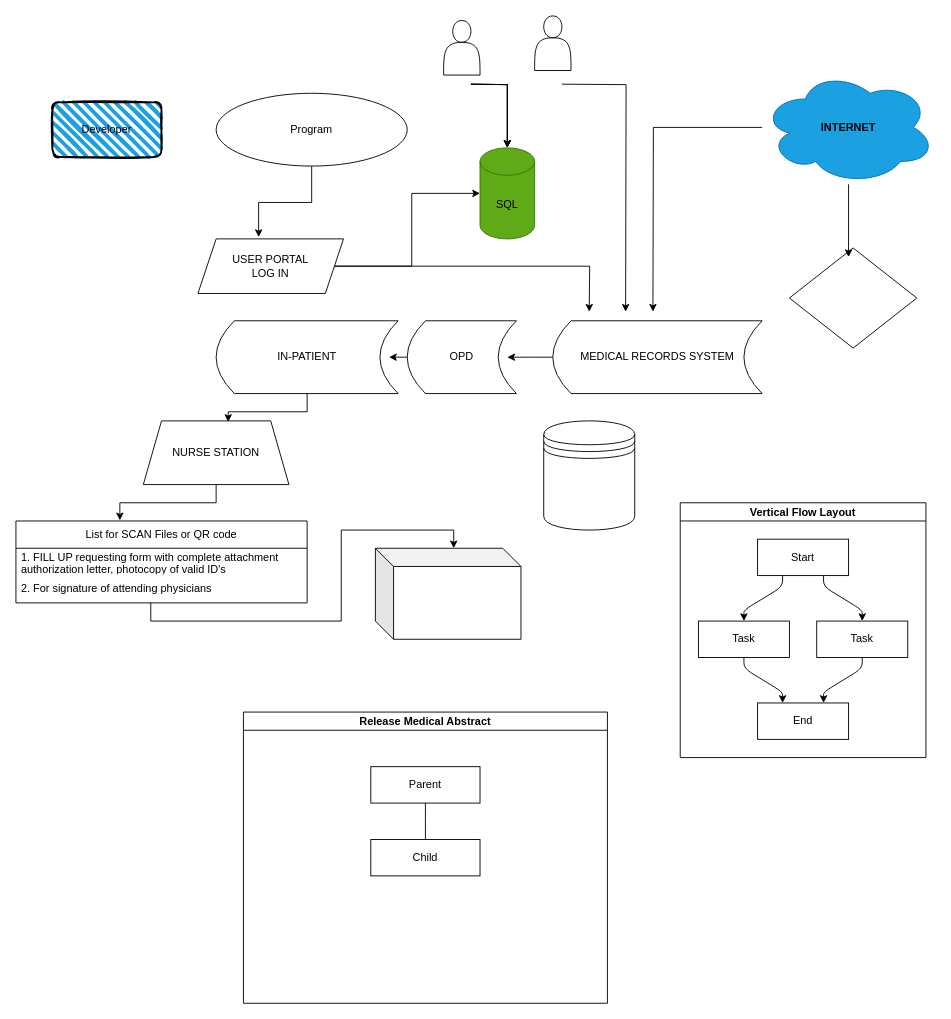
The draw.io diagram medical records Diagram.drawio in ninpax09/diagrammedicalrecords, before the edit. Source tidied: cells renumbered, new cells numbered last; positions are measured from the earlier drawing's top-left corner, leaving out a move shared by most shapes. Both pictures are drawn from the tidied source at 91%, with x=0, y=0 at pixel (15, 15).
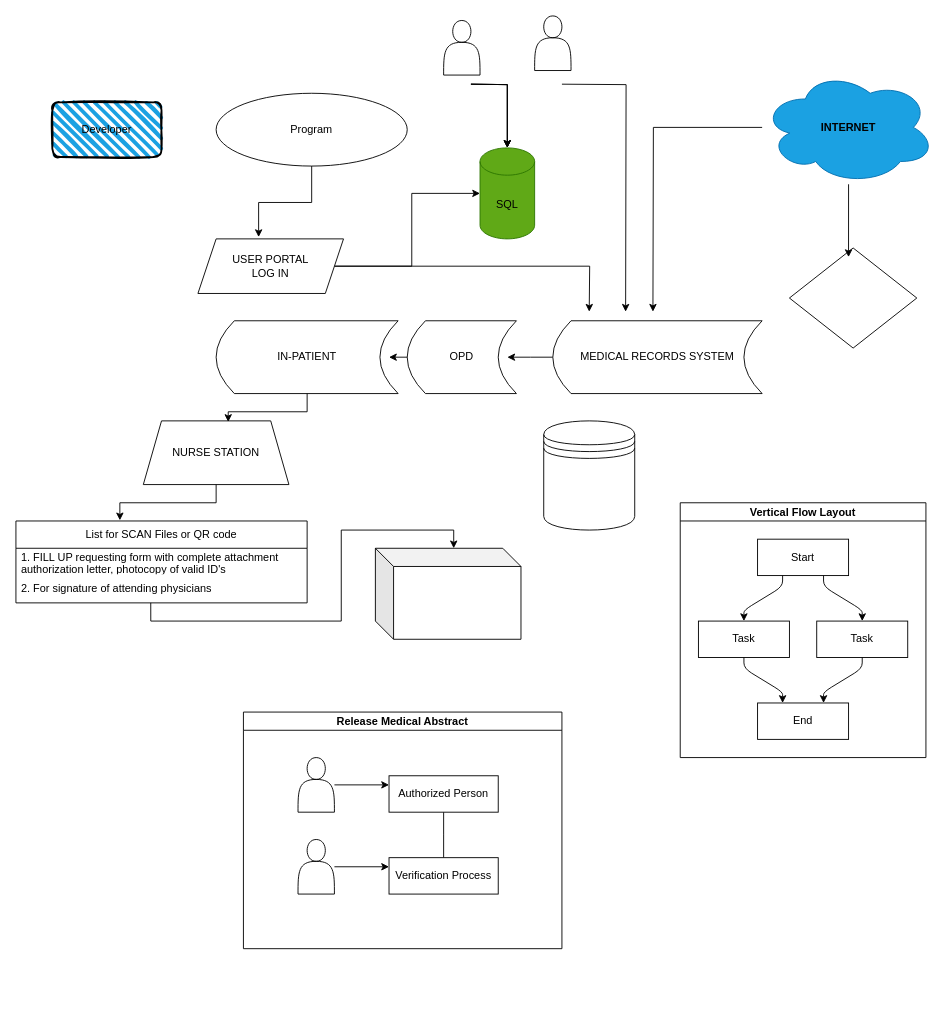
Above is the later version.

Change to the diagram source:
```diff
@@
     <mxCell id="39" value="Release Medical Abstract" style="swimlane;startSize=20;horizontal=1;containerType=tree;" parent="1" vertex="1">
-      <mxGeometry x="250" y="765" width="400" height="320" as="geometry" />
+      <mxGeometry x="250" y="765" width="350" height="260" as="geometry" />
     </mxCell>
@@
-    <mxCell id="41" value="Parent" style="whiteSpace=wrap;html=1;newEdgeStyle={&quot;edgeStyle&quot;:&quot;elbowEdgeStyle&quot;,&quot;startArrow&quot;:&quot;none&quot;,&quot;endArrow&quot;:&quot;none&quot;};" parent="39" vertex="1">
-      <mxGeometry x="140" y="60" width="120" height="40" as="geometry" />
+    <mxCell id="41" value="Authorized Person" style="whiteSpace=wrap;html=1;newEdgeStyle={&quot;edgeStyle&quot;:&quot;elbowEdgeStyle&quot;,&quot;startArrow&quot;:&quot;none&quot;,&quot;endArrow&quot;:&quot;none&quot;};" parent="39" vertex="1">
+      <mxGeometry x="160" y="70" width="120" height="40" as="geometry" />
     </mxCell>
-    <mxCell id="42" value="Child" style="whiteSpace=wrap;html=1;newEdgeStyle={&quot;edgeStyle&quot;:&quot;elbowEdgeStyle&quot;,&quot;startArrow&quot;:&quot;none&quot;,&quot;endArrow&quot;:&quot;none&quot;};" parent="39" vertex="1">
-      <mxGeometry x="140" y="140" width="120" height="40" as="geometry" />
+    <mxCell id="42" value="Verification Process" style="whiteSpace=wrap;html=1;newEdgeStyle={&quot;edgeStyle&quot;:&quot;elbowEdgeStyle&quot;,&quot;startArrow&quot;:&quot;none&quot;,&quot;endArrow&quot;:&quot;none&quot;};" parent="39" vertex="1">
+      <mxGeometry x="160" y="160" width="120" height="40" as="geometry" />
     </mxCell>
+    <mxCell id="46" style="edgeStyle=orthogonalEdgeStyle;rounded=0;jettySize=auto;html=1;entryX=0;entryY=0.25;entryDx=0;entryDy=0;" parent="39" edge="1" source="47" target="41">
+      <mxGeometry relative="1" as="geometry" />
+    </mxCell>
+    <mxCell id="47" style="shape=actor;whiteSpace=wrap;html=1;" parent="39" vertex="1">
+      <mxGeometry x="60" y="50" width="40" height="60" as="geometry" />
+    </mxCell>
+    <mxCell id="48" style="edgeStyle=orthogonalEdgeStyle;rounded=0;jettySize=auto;html=1;entryX=0;entryY=0.25;entryDx=0;entryDy=0;" parent="39" edge="1" source="49" target="42">
+      <mxGeometry relative="1" as="geometry" />
+    </mxCell>
+    <mxCell id="49" style="shape=actor;whiteSpace=wrap;html=1;" parent="39" vertex="1">
+      <mxGeometry x="60" y="140" width="40" height="60" as="geometry" />
+    </mxCell>
```
